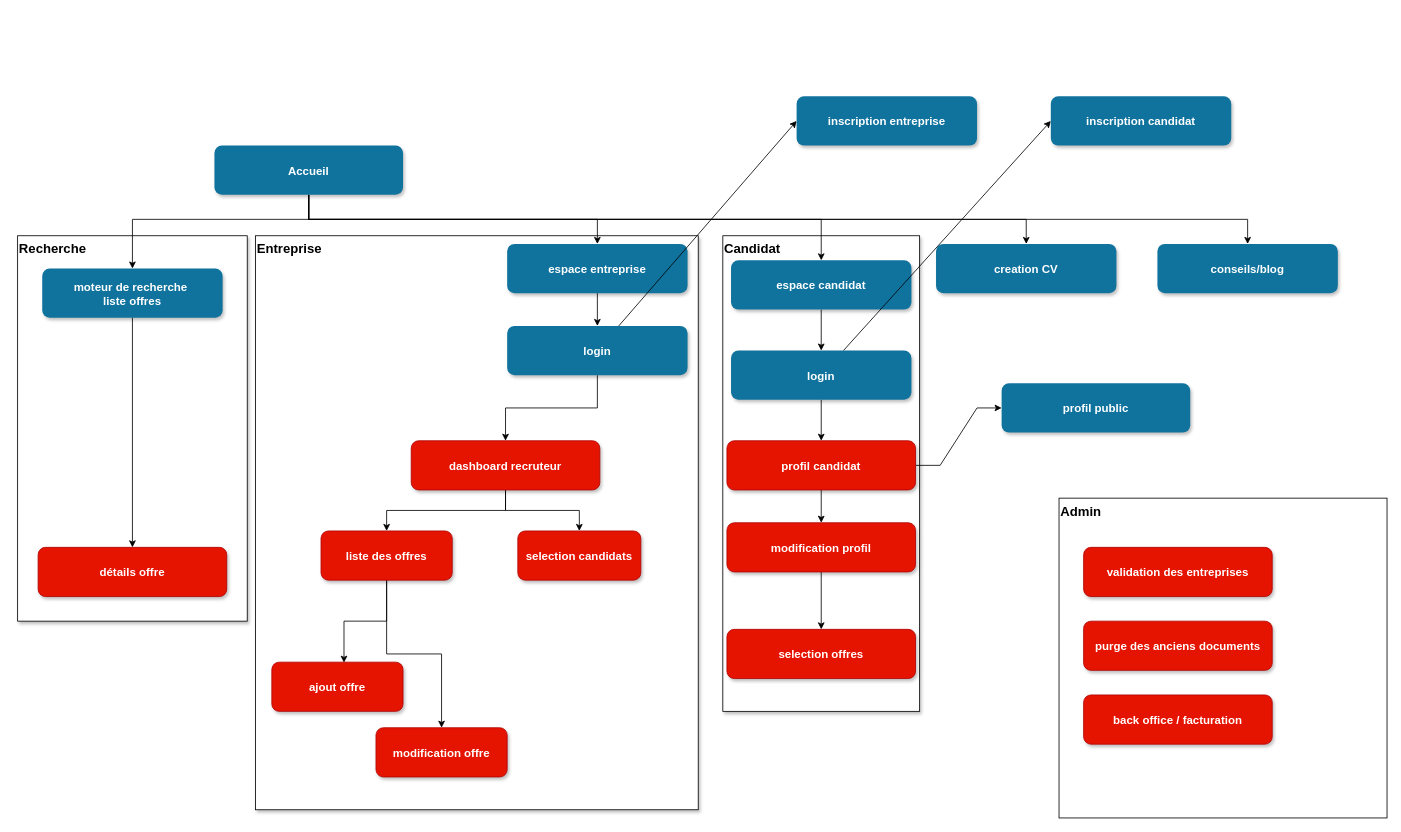
Above: doc/Navigation.drawio in cangui2/candidatheque (draw.io), before the change. Source tidied: cells renumbered, new cells numbered last; positions are measured from the earlier drawing's top-left corner, leaving out a move shared by most shapes. Both pictures are drawn from the tidied source at 82%, with x=0, y=0 at pixel (17, 96).
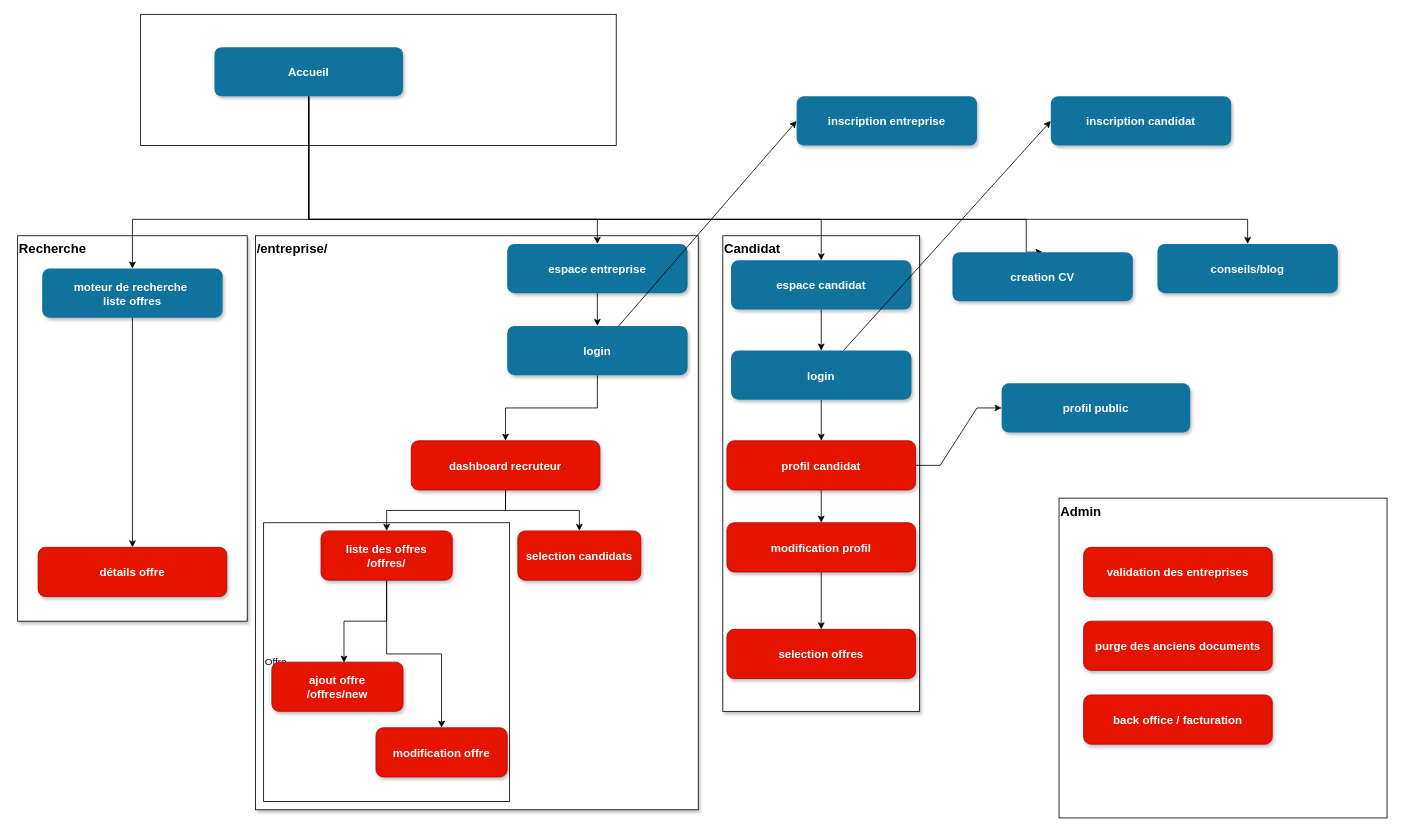
The same page after the edit.

Change to the diagram source:
```diff
@@
+    <mxCell id="48" style="rounded=0;whiteSpace=wrap;html=1;" parent="1" vertex="1">
+      <mxGeometry x="150" y="-100" width="580" height="160" as="geometry" />
+    </mxCell>
+    <mxCell id="4" value="/entreprise/" style="rounded=0;whiteSpace=wrap;html=1;shadow=1;verticalAlign=top;align=left;fontStyle=1;fontSize=16;" parent="1" vertex="1">
+      <mxGeometry x="290" y="170" width="540" height="700" as="geometry" />
+    </mxCell>
+    <mxCell id="49" value="Offre" style="rounded=0;whiteSpace=wrap;html=1;align=left;" parent="1" vertex="1">
+      <mxGeometry x="300" y="520" width="300" height="340" as="geometry" />
+    </mxCell>
@@
-    <mxCell id="4" value="Entreprise" style="rounded=0;whiteSpace=wrap;html=1;shadow=1;verticalAlign=top;align=left;fontStyle=1;fontSize=16;" parent="1" vertex="1">
-      <mxGeometry x="290" y="170" width="540" height="700" as="geometry" />
-    </mxCell>
@@
     <mxCell id="11" value="Accueil" style="rounded=1;fillColor=#10739E;strokeColor=none;shadow=1;gradientColor=none;fontStyle=1;fontColor=#FFFFFF;fontSize=14;" parent="1" vertex="1">
-      <mxGeometry x="240" y="60" width="230" height="60" as="geometry" />
+      <mxGeometry x="240" y="-60" width="230" height="60" as="geometry" />
     </mxCell>
@@
     <mxCell id="31" value="creation CV" style="rounded=1;fillColor=#10739E;strokeColor=none;shadow=1;gradientColor=none;fontStyle=1;fontColor=#FFFFFF;fontSize=14;" parent="1" vertex="1">
-      <mxGeometry x="1120" y="180" width="220" height="60" as="geometry" />
+      <mxGeometry x="1140" y="190" width="220" height="60" as="geometry" />
     </mxCell>
@@
-    <mxCell id="34" value="liste des offres" style="rounded=1;fillColor=#e51400;strokeColor=#B20000;shadow=1;fontStyle=1;fontColor=#ffffff;fontSize=14;" parent="1" vertex="1">
+    <mxCell id="34" value="liste des offres&#10;/offres/" style="rounded=1;fillColor=#e51400;strokeColor=#B20000;shadow=1;fontStyle=1;fontColor=#ffffff;fontSize=14;" parent="1" vertex="1">
       <mxGeometry x="370" y="530" width="160" height="60" as="geometry" />
     </mxCell>
@@
-    <mxCell id="38" value="ajout offre" style="rounded=1;fillColor=#e51400;strokeColor=#B20000;shadow=1;fontStyle=1;fontColor=#ffffff;fontSize=14;" parent="1" vertex="1">
+    <mxCell id="38" value="ajout offre&#10;/offres/new" style="rounded=1;fillColor=#e51400;strokeColor=#B20000;shadow=1;fontStyle=1;fontColor=#ffffff;fontSize=14;" parent="1" vertex="1">
       <mxGeometry x="310" y="690" width="160" height="60" as="geometry" />
     </mxCell>
```
